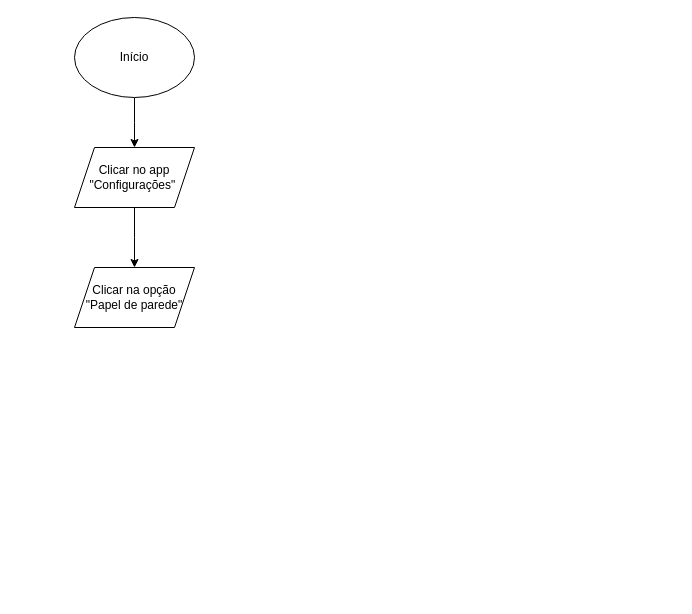
Above: page "MUDAR PAPEL DE PAREDE" (3 of 4) of Diagrama sem nome.drawio in heitozera/PROJETO (draw.io), before the change. Source tidied: cells renumbered, new cells numbered last; positions are measured from the earlier drawing's top-left corner, leaving out a move shared by most shapes. Both pictures are drawn from the tidied source at 100%, with x=0, y=0 at pixel (74, 17).
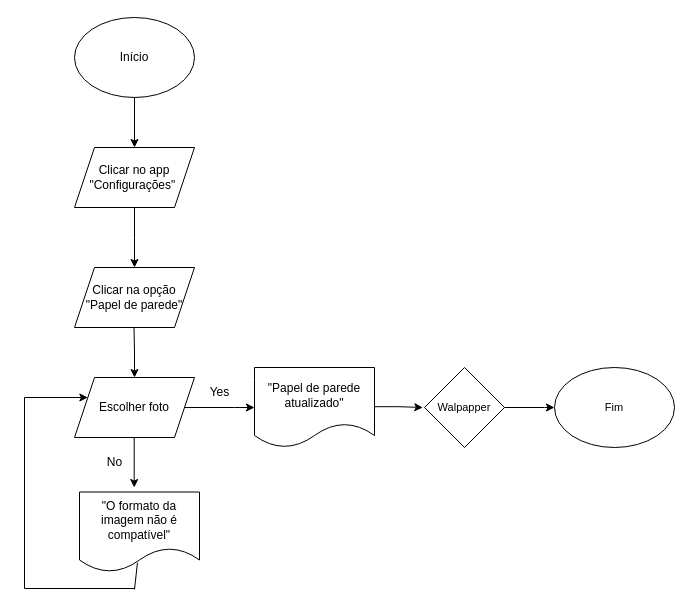
The same page after the edit.

Unchanged cells that the change refers to:
```xml
<mxCell id="3" value="Início" style="ellipse;whiteSpace=wrap;html=1;" parent="1" vertex="1">
  <mxGeometry width="120" height="80" as="geometry" />
</mxCell>
```

Change to the diagram source:
```diff
@@
+    <mxCell id="7" style="edgeStyle=orthogonalEdgeStyle;rounded=0;jettySize=auto;html=1;" parent="1" edge="1" source="9">
+      <mxGeometry relative="1" as="geometry">
+        <mxPoint x="180" y="390" as="targetPoint" />
+        <Array as="points">
+          <mxPoint x="160" y="390" />
+          <mxPoint x="160" y="390" />
+        </Array>
+      </mxGeometry>
+    </mxCell>
-    <mxCell id="2" style="edgeStyle=orthogonalEdgeStyle;rounded=0;jettySize=auto;html=1;" parent="1" edge="1" source="3">
+    <mxCell id="2" style="edgeStyle=orthogonalEdgeStyle;rounded=0;orthogonalLoop=1;jettySize=auto;html=1;" parent="1" edge="1">
       <mxGeometry relative="1" as="geometry">
+        <mxPoint x="60" y="80" as="sourcePoint" />
         <mxPoint x="60" y="130" as="targetPoint" />
       </mxGeometry>
     </mxCell>
@@
+    <mxCell id="8" style="edgeStyle=orthogonalEdgeStyle;rounded=0;orthogonalLoop=1;jettySize=auto;html=1;" parent="1" edge="1">
+      <mxGeometry relative="1" as="geometry">
+        <mxPoint x="59.5" y="310" as="sourcePoint" />
+        <mxPoint x="60" y="360" as="targetPoint" />
+      </mxGeometry>
+    </mxCell>
+    <mxCell id="9" value="Escolher foto" style="shape=parallelogram;perimeter=parallelogramPerimeter;whiteSpace=wrap;html=1;fixedSize=1;" parent="1" vertex="1">
+      <mxGeometry y="360" width="120" height="60" as="geometry" />
+    </mxCell>
+    <mxCell id="10" value="&quot;Papel de parede atualizado&quot;" style="shape=document;whiteSpace=wrap;html=1;boundedLbl=1;" parent="1" vertex="1">
+      <mxGeometry x="180" y="350" width="120" height="80" as="geometry" />
+    </mxCell>
+    <mxCell id="11" value="Yes" style="text;html=1;align=center;verticalAlign=middle;strokeColor=none;fillColor=none;" parent="1" vertex="1">
+      <mxGeometry x="125" y="360" width="40" height="30" as="geometry" />
+    </mxCell>
+    <mxCell id="12" style="edgeStyle=orthogonalEdgeStyle;rounded=0;orthogonalLoop=1;jettySize=auto;html=1;" parent="1" edge="1">
+      <mxGeometry relative="1" as="geometry">
+        <mxPoint x="59.7" y="420" as="sourcePoint" />
+        <mxPoint x="59.7" y="470" as="targetPoint" />
+      </mxGeometry>
+    </mxCell>
+    <mxCell id="13" value="No" style="text;html=1;align=center;verticalAlign=middle;strokeColor=none;fillColor=none;" parent="1" vertex="1">
+      <mxGeometry x="20" y="430" width="40" height="30" as="geometry" />
+    </mxCell>
+    <mxCell id="14" value="&quot;O formato da imagem não é compatível&quot;" style="shape=document;whiteSpace=wrap;html=1;boundedLbl=1;" parent="1" vertex="1">
+      <mxGeometry x="5" y="474.5" width="120" height="80" as="geometry" />
+    </mxCell>
+    <mxCell id="15" style="edgeStyle=orthogonalEdgeStyle;rounded=0;jettySize=auto;html=1;" parent="1" edge="1" target="9">
+      <mxGeometry relative="1" as="geometry">
+        <mxPoint x="60" y="570" as="sourcePoint" />
+        <Array as="points">
+          <mxPoint x="60" y="571" />
+          <mxPoint x="-50" y="571" />
+          <mxPoint x="-50" y="380" />
+        </Array>
+      </mxGeometry>
+    </mxCell>
+    <mxCell id="16" style="endArrow=none;html=1;rounded=0;entryX=0.483;entryY=0.884;entryDx=0;entryDy=0;entryPerimeter=0;" parent="1" edge="1" target="14">
+      <mxGeometry relative="1" as="geometry">
+        <mxPoint x="60" y="572" as="sourcePoint" />
+      </mxGeometry>
+    </mxCell>
+    <mxCell id="17" style="edgeStyle=orthogonalEdgeStyle;rounded=0;orthogonalLoop=1;jettySize=auto;html=1;exitX=1.014;exitY=0.365;exitDx=0;exitDy=0;exitPerimeter=0;" parent="1" edge="1">
+      <mxGeometry relative="1" as="geometry">
+        <mxPoint x="300" y="389.2" as="sourcePoint" />
+        <mxPoint x="348.3" y="390" as="targetPoint" />
+        <Array as="points">
+          <mxPoint x="324.3" y="389" />
+        </Array>
+      </mxGeometry>
+    </mxCell>
+    <mxCell id="18" value="Walpapper" style="rhombus;whiteSpace=wrap;html=1;fontFamily=Helvetica;fontSize=11;fontColor=default;labelBackgroundColor=default;" parent="1" vertex="1">
+      <mxGeometry x="350" y="350" width="80" height="80" as="geometry" />
+    </mxCell>
+    <mxCell id="19" style="edgeStyle=orthogonalEdgeStyle;rounded=0;orthogonalLoop=1;jettySize=auto;html=1;" parent="1" edge="1">
+      <mxGeometry relative="1" as="geometry">
+        <mxPoint x="430" y="390" as="sourcePoint" />
+        <mxPoint x="480" y="390" as="targetPoint" />
+        <Array as="points">
+          <mxPoint x="470" y="390" />
+          <mxPoint x="470" y="390" />
+        </Array>
+      </mxGeometry>
+    </mxCell>
+    <mxCell id="20" value="Fim" style="ellipse;whiteSpace=wrap;html=1;fontFamily=Helvetica;fontSize=11;fontColor=default;labelBackgroundColor=default;" parent="1" vertex="1">
+      <mxGeometry x="480" y="350" width="120" height="80" as="geometry" />
+    </mxCell>
```
